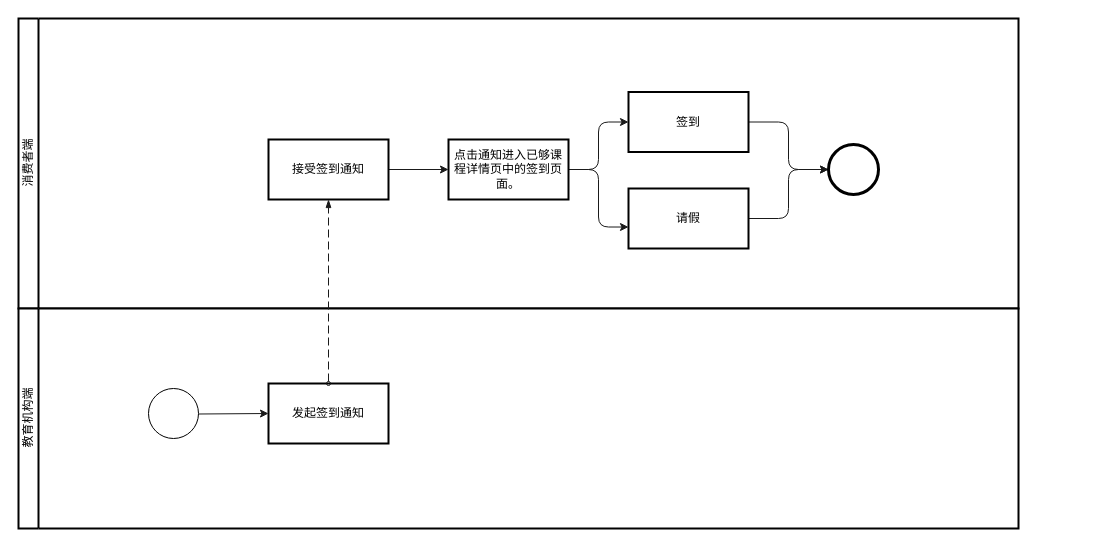
The draw.io diagram page "签到和请假" (4 of 4) of docs/资金监管平台流程图.drawio in cuitaocrazy/supervision, before the edit. Source tidied: cells renumbered, new cells numbered last; positions are measured from the earlier drawing's top-left corner, leaving out a move shared by most shapes. Both pictures are drawn from the tidied source at 100%, with x=0, y=0 at pixel (18, 18).
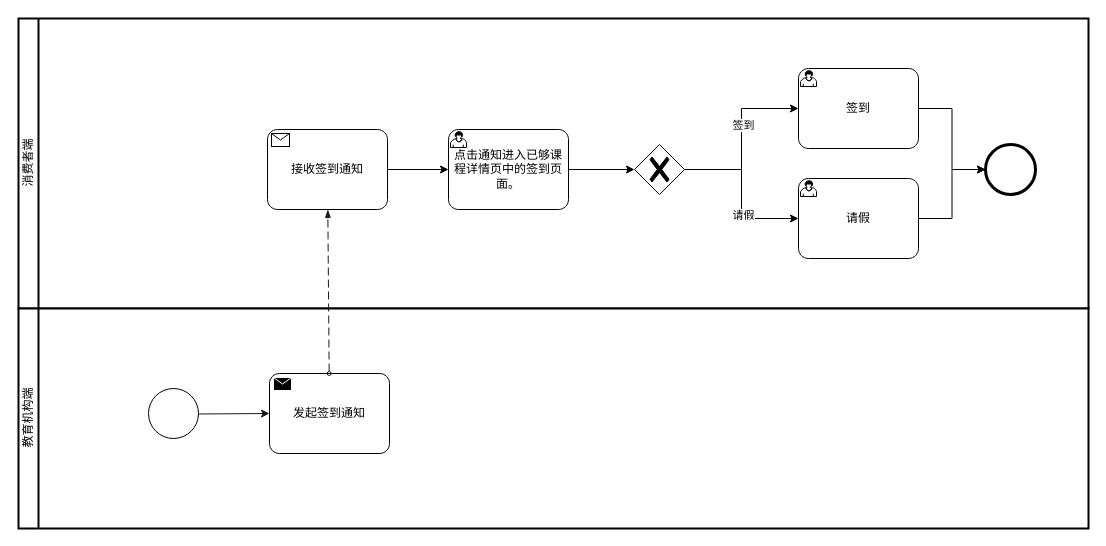
Above is the later version.

What changed in the source:
```diff
@@
     <mxCell id="2" value="消费者端" style="swimlane;html=1;startSize=20;fontStyle=0;horizontal=0;swimlaneLine=1;swimlaneFillColor=#ffffff;strokeWidth=2;" parent="1" vertex="1">
-      <mxGeometry width="1000" height="290" as="geometry" />
+      <mxGeometry width="1070" height="290" as="geometry" />
     </mxCell>
-    <mxCell id="3" style="edgeStyle=none;html=1;exitX=1;exitY=0.5;exitDx=0;exitDy=0;entryX=0;entryY=0.5;entryDx=0;entryDy=0;strokeColor=#1A1A1A;" parent="2" edge="1" source="4" target="9">
-      <mxGeometry relative="1" as="geometry" />
-    </mxCell>
-    <mxCell id="4" value="接受签到通知" style="whiteSpace=wrap;html=1;strokeWidth=2;" parent="2" vertex="1">
-      <mxGeometry x="250" y="121" width="120" height="60" as="geometry" />
-    </mxCell>
-    <mxCell id="5" style="edgeStyle=orthogonalEdgeStyle;html=1;exitX=1;exitY=0.5;exitDx=0;exitDy=0;strokeColor=#1A1A1A;" parent="2" edge="1" source="6" target="12">
-      <mxGeometry relative="1" as="geometry" />
-    </mxCell>
-    <mxCell id="6" value="签到" style="whiteSpace=wrap;html=1;strokeWidth=2;" parent="2" vertex="1">
-      <mxGeometry x="610" y="73.5" width="120" height="60" as="geometry" />
-    </mxCell>
-    <mxCell id="7" style="edgeStyle=orthogonalEdgeStyle;html=1;exitX=1;exitY=0.5;exitDx=0;exitDy=0;entryX=0;entryY=0.5;entryDx=0;entryDy=0;strokeColor=#1A1A1A;" parent="2" edge="1" source="9" target="6">
-      <mxGeometry relative="1" as="geometry" />
-    </mxCell>
-    <mxCell id="8" style="edgeStyle=orthogonalEdgeStyle;html=1;exitX=1;exitY=0.5;exitDx=0;exitDy=0;entryX=0;entryY=0.642;entryDx=0;entryDy=0;entryPerimeter=0;strokeColor=#1A1A1A;" parent="2" edge="1" source="9" target="11">
-      <mxGeometry relative="1" as="geometry" />
-    </mxCell>
+    <mxCell id="18" style="edgeStyle=orthogonalEdgeStyle;rounded=0;jettySize=auto;html=1;" parent="2" edge="1" source="9" target="23">
+      <mxGeometry relative="1" as="geometry" />
+    </mxCell>
+    <mxCell id="12" style="points=[[0.145,0.145,0],[0.5,0,0],[0.855,0.145,0],[1,0.5,0],[0.855,0.855,0],[0.5,1,0],[0.145,0.855,0],[0,0.5,0]];shape=mxgraph.bpmn.event;html=1;verticalLabelPosition=bottom;labelBackgroundColor=#ffffff;verticalAlign=top;align=center;perimeter=ellipsePerimeter;outlineConnect=0;outline=end;symbol=terminate2;" parent="2" vertex="1">
+      <mxGeometry x="967" y="126" width="50" height="50" as="geometry" />
+    </mxCell>
+    <mxCell id="19" style="edgeStyle=orthogonalEdgeStyle;rounded=0;jettySize=auto;html=1;" parent="2" edge="1" source="23" target="27">
+      <mxGeometry relative="1" as="geometry" />
+    </mxCell>
+    <mxCell id="20" value="签到" style="edgeLabel;html=1;align=center;verticalAlign=middle;" parent="19" vertex="1">
+      <mxGeometry x="0.18" relative="1" as="geometry">
+        <mxPoint x="1" y="1" as="offset" />
+      </mxGeometry>
+    </mxCell>
+    <mxCell id="21" style="edgeStyle=orthogonalEdgeStyle;rounded=0;jettySize=auto;html=1;" parent="2" edge="1" source="23" target="29">
+      <mxGeometry relative="1" as="geometry" />
+    </mxCell>
+    <mxCell id="22" value="请假" style="edgeLabel;html=1;align=center;verticalAlign=middle;" parent="21" vertex="1">
+      <mxGeometry x="0.24" y="1" relative="1" as="geometry">
+        <mxPoint y="1" as="offset" />
+      </mxGeometry>
+    </mxCell>
+    <mxCell id="23" style="points=[[0.25,0.25,0],[0.5,0,0],[0.75,0.25,0],[1,0.5,0],[0.75,0.75,0],[0.5,1,0],[0.25,0.75,0],[0,0.5,0]];shape=mxgraph.bpmn.gateway2;html=1;verticalLabelPosition=bottom;labelBackgroundColor=#ffffff;verticalAlign=top;align=center;perimeter=rhombusPerimeter;outlineConnect=0;outline=none;symbol=none;gwType=exclusive;" parent="2" vertex="1">
+      <mxGeometry x="616" y="126" width="50" height="50" as="geometry" />
+    </mxCell>
+    <mxCell id="24" style="edgeStyle=orthogonalEdgeStyle;rounded=0;jettySize=auto;html=1;" parent="2" edge="1" source="25" target="9">
+      <mxGeometry relative="1" as="geometry" />
+    </mxCell>
+    <mxCell id="25" value="接收签到通知" style="points=[[0.25,0,0],[0.5,0,0],[0.75,0,0],[1,0.25,0],[1,0.5,0],[1,0.75,0],[0.75,1,0],[0.5,1,0],[0.25,1,0],[0,0.75,0],[0,0.5,0],[0,0.25,0]];shape=mxgraph.bpmn.task;whiteSpace=wrap;rectStyle=rounded;size=10;taskMarker=receive;" parent="2" vertex="1">
+      <mxGeometry x="249" y="111" width="120" height="80" as="geometry" />
+    </mxCell>
-    <mxCell id="9" value="点击通知进入已够课程详情页中的签到页面。" style="whiteSpace=wrap;html=1;strokeWidth=2;" parent="2" vertex="1">
-      <mxGeometry x="430" y="121" width="120" height="60" as="geometry" />
+    <mxCell id="9" value="点击通知进入已够课程详情页中的签到页面。" style="points=[[0.25,0,0],[0.5,0,0],[0.75,0,0],[1,0.25,0],[1,0.5,0],[1,0.75,0],[0.75,1,0],[0.5,1,0],[0.25,1,0],[0,0.75,0],[0,0.5,0],[0,0.25,0]];shape=mxgraph.bpmn.task;whiteSpace=wrap;rectStyle=rounded;size=10;taskMarker=user;" parent="2" vertex="1">
+      <mxGeometry x="430" y="111" width="120" height="80" as="geometry" />
     </mxCell>
-    <mxCell id="10" style="edgeStyle=orthogonalEdgeStyle;html=1;exitX=1;exitY=0.5;exitDx=0;exitDy=0;entryX=0;entryY=0.5;entryDx=0;entryDy=0;entryPerimeter=0;strokeColor=#1A1A1A;" parent="2" edge="1" source="11" target="12">
-      <mxGeometry relative="1" as="geometry" />
-    </mxCell>
-    <mxCell id="11" value="请假" style="whiteSpace=wrap;html=1;strokeWidth=2;" parent="2" vertex="1">
-      <mxGeometry x="610" y="170" width="120" height="60" as="geometry" />
-    </mxCell>
-    <mxCell id="12" style="points=[[0.145,0.145,0],[0.5,0,0],[0.855,0.145,0],[1,0.5,0],[0.855,0.855,0],[0.5,1,0],[0.145,0.855,0],[0,0.5,0]];shape=mxgraph.bpmn.event;html=1;verticalLabelPosition=bottom;labelBackgroundColor=#ffffff;verticalAlign=top;align=center;perimeter=ellipsePerimeter;outlineConnect=0;outline=end;symbol=terminate2;" parent="2" vertex="1">
-      <mxGeometry x="810" y="126" width="50" height="50" as="geometry" />
-    </mxCell>
+    <mxCell id="26" style="edgeStyle=orthogonalEdgeStyle;rounded=0;jettySize=auto;html=1;" parent="2" edge="1" source="27" target="12">
+      <mxGeometry relative="1" as="geometry" />
+    </mxCell>
+    <mxCell id="27" value="签到" style="points=[[0.25,0,0],[0.5,0,0],[0.75,0,0],[1,0.25,0],[1,0.5,0],[1,0.75,0],[0.75,1,0],[0.5,1,0],[0.25,1,0],[0,0.75,0],[0,0.5,0],[0,0.25,0]];shape=mxgraph.bpmn.task;whiteSpace=wrap;rectStyle=rounded;size=10;taskMarker=user;" parent="2" vertex="1">
+      <mxGeometry x="780" y="50" width="120" height="80" as="geometry" />
+    </mxCell>
+    <mxCell id="28" style="edgeStyle=orthogonalEdgeStyle;rounded=0;jettySize=auto;html=1;" parent="2" edge="1" source="29" target="12">
+      <mxGeometry relative="1" as="geometry" />
+    </mxCell>
+    <mxCell id="29" value="请假" style="points=[[0.25,0,0],[0.5,0,0],[0.75,0,0],[1,0.25,0],[1,0.5,0],[1,0.75,0],[0.75,1,0],[0.5,1,0],[0.25,1,0],[0,0.75,0],[0,0.5,0],[0,0.25,0]];shape=mxgraph.bpmn.task;whiteSpace=wrap;rectStyle=rounded;size=10;taskMarker=user;" parent="2" vertex="1">
+      <mxGeometry x="780" y="160" width="120" height="80" as="geometry" />
+    </mxCell>
     <mxCell id="13" value="教育机构端" style="swimlane;html=1;startSize=20;fontStyle=0;horizontal=0;swimlaneLine=1;swimlaneFillColor=#ffffff;strokeWidth=2;" parent="1" vertex="1">
-      <mxGeometry y="290" width="1000" height="220" as="geometry" />
+      <mxGeometry y="290" width="1070" height="220" as="geometry" />
     </mxCell>
-    <mxCell id="14" value="发起签到通知" style="whiteSpace=wrap;html=1;strokeWidth=2;" parent="13" vertex="1">
-      <mxGeometry x="250" y="75" width="120" height="60" as="geometry" />
-    </mxCell>
-    <mxCell id="15" style="edgeStyle=none;html=1;exitX=1;exitY=0.5;exitDx=0;exitDy=0;exitPerimeter=0;entryX=0;entryY=0.5;entryDx=0;entryDy=0;strokeColor=#1A1A1A;" parent="13" edge="1" target="14">
+    <mxCell id="15" style="edgeStyle=none;html=1;exitX=1;exitY=0.5;exitDx=0;exitDy=0;exitPerimeter=0;strokeColor=#1A1A1A;entryX=0;entryY=0.5;entryDx=0;entryDy=0;entryPerimeter=0;" parent="13" edge="1" target="14">
       <mxGeometry relative="1" as="geometry">
         <mxPoint x="180" y="105.5" as="sourcePoint" />
       </mxGeometry>
     </mxCell>
@@
+    <mxCell id="14" value="发起签到通知" style="points=[[0.25,0,0],[0.5,0,0],[0.75,0,0],[1,0.25,0],[1,0.5,0],[1,0.75,0],[0.75,1,0],[0.5,1,0],[0.25,1,0],[0,0.75,0],[0,0.5,0],[0,0.25,0]];shape=mxgraph.bpmn.task;whiteSpace=wrap;rectStyle=rounded;size=10;taskMarker=send;" parent="13" vertex="1">
+      <mxGeometry x="251" y="65" width="120" height="80" as="geometry" />
+    </mxCell>
-    <mxCell id="17" style="dashed=1;dashPattern=8 4;endArrow=blockThin;endFill=1;startArrow=oval;startFill=0;endSize=6;startSize=4;rounded=0;exitX=0.5;exitY=0;exitDx=0;exitDy=0;entryX=0.5;entryY=1;entryDx=0;entryDy=0;strokeColor=#1A1A1A;" parent="1" edge="1" source="14" target="4">
+    <mxCell id="17" style="dashed=1;dashPattern=8 4;endArrow=blockThin;endFill=1;startArrow=oval;startFill=0;endSize=6;startSize=4;rounded=0;strokeColor=#1A1A1A;" parent="1" edge="1" source="14" target="25">
       <mxGeometry relative="1" as="geometry" />
     </mxCell>
```
